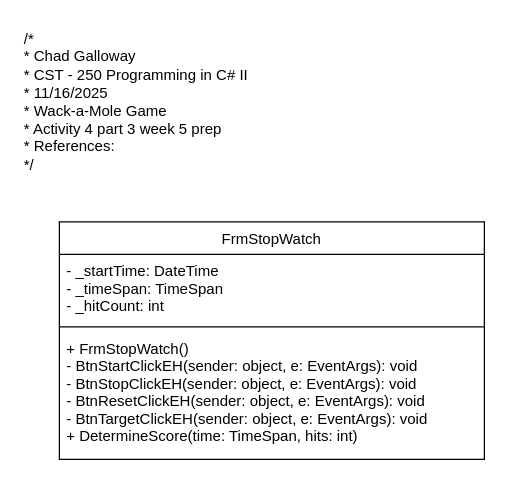
CGalloway3/CST-250-Projects keeps this draw.io diagram as Activity5/Pictures/Activity5_UML.drawio. Above is the earlier version. Source tidied: cells renumbered, new cells numbered last; positions are measured from the earlier drawing's top-left corner, leaving out a move shared by most shapes. Both pictures are drawn from the tidied source at 125%, with x=0, y=0 at pixel (21, 21).
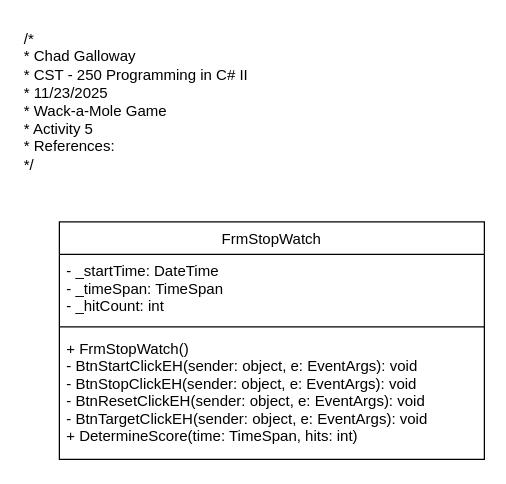
The same page after the edit.

Diff of the diagram source:
```diff
@@
 <mxGraphModel>
   <root>
     <mxCell id="0" />
     <mxCell id="1" parent="0" />
     <mxCell id="2" value="FrmStopWatch" style="swimlane;fontStyle=0;align=center;verticalAlign=top;horizontal=1;startSize=26;rounded=0;shadow=0;strokeWidth=1;" parent="1" vertex="1">
       <mxGeometry x="30" y="160" width="340" height="190" as="geometry" />
     </mxCell>
     <mxCell id="3" value="- _startTime: DateTime&#10;- _timeSpan: TimeSpan&#10;- _hitCount: int" style="text;align=left;verticalAlign=top;spacingLeft=4;spacingRight=4;overflow=hidden;" parent="2" vertex="1">
       <mxGeometry y="26" width="340" height="54" as="geometry" />
     </mxCell>
     <mxCell id="4" style="line;html=1;strokeWidth=1;align=left;verticalAlign=middle;spacingTop=-1;spacingLeft=3;spacingRight=3;labelPosition=right;" parent="2" vertex="1">
       <mxGeometry y="80" width="340" height="8" as="geometry" />
     </mxCell>
     <mxCell id="5" value="+ FrmStopWatch()&#10;- BtnStartClickEH(sender: object, e: EventArgs): void&#10;- BtnStopClickEH(sender: object, e: EventArgs): void&#10;- BtnResetClickEH(sender: object, e: EventArgs): void&#10;- BtnTargetClickEH(sender: object, e: EventArgs): void&#10;+ DetermineScore(time: TimeSpan, hits: int)&#10;&#10;" style="text;align=left;verticalAlign=top;spacingLeft=4;spacingRight=4;overflow=hidden;" parent="2" vertex="1">
       <mxGeometry y="88" width="340" height="102" as="geometry" />
     </mxCell>
-    <mxCell id="6" value="/*&lt;br&gt; * Chad Galloway&lt;br&gt; * CST - 250 Programming in C# II&lt;br&gt; * 11/16/2025&lt;br&gt; * Wack-a-Mole Game&lt;br&gt; * Activity 4 part 3 week 5 prep&lt;br&gt; * References:&lt;br&gt; */" style="text;whiteSpace=wrap;html=1;" parent="1" vertex="1">
+    <mxCell id="6" value="/*&lt;br&gt; * Chad Galloway&lt;br&gt; * CST - 250 Programming in C# II&lt;br&gt; * 11/23/2025&lt;br&gt; * Wack-a-Mole Game&lt;br&gt; * Activity 5&lt;br&gt; * References:&lt;br&gt; */" style="text;whiteSpace=wrap;html=1;" parent="1" vertex="1">
       <mxGeometry width="210" height="130" as="geometry" />
     </mxCell>
   </root>
 </mxGraphModel>
```
